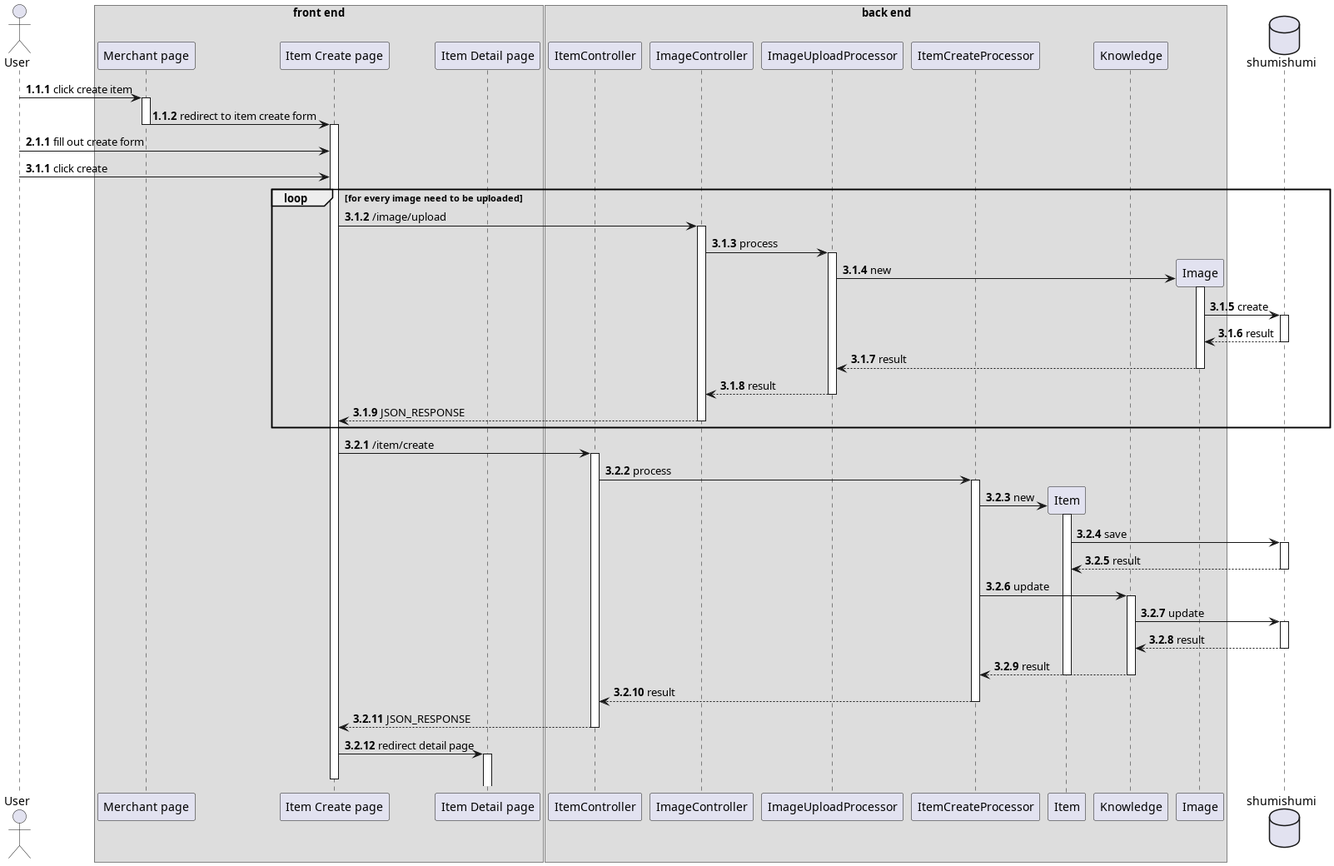
Earlier version of the PlantUML export thesis/latex/diagram/sequence diagram/17. item/create item/create item.png (aldihsuhandi/skripsi-2023).
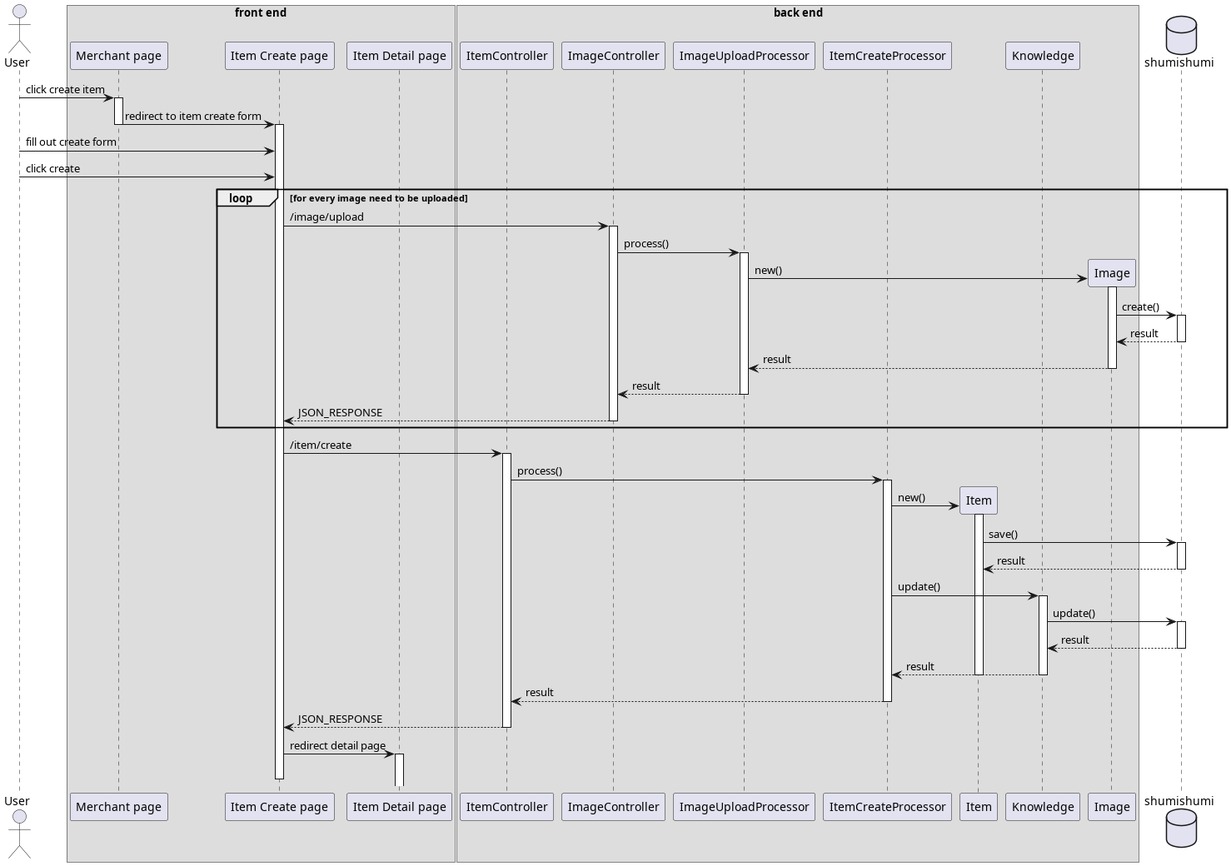
Later version of the same file.

What changed in the source:
```diff
@@ -1,5 +1,4 @@
 @startuml create item
-autonumber 1.1.1
 
 actor User as u
 
@@ -27,35 +26,32 @@
 u -> merchant++ : click create item
 merchant -> createpage --++ : redirect to item create form
 
-autonumber inc a
 u -> createpage : fill out create form
-autonumber inc a
 u -> createpage : click create
 
 loop for every image need to be uploaded
 createpage -> imc++ : /image/upload
-imc -> upproc++ : process
+imc -> upproc++ : process()
 
 create img
-upproc -> img++ : new
-img -> db++ : create
+upproc -> img++ : new()
+img -> db++ : create()
 return result
 return result
 return result
 return JSON_RESPONSE
 end
 
-autonumber inc b
 createpage -> ic++ : /item/create
-ic -> createproc++ : process
+ic -> createproc++ : process()
 
 create im
-createproc -> im++ : new
-im -> db++ : save
+createproc -> im++ : new()
+im -> db++ : save()
 return result
 
-createproc -> km++ : update
-km -> db++ : update
+createproc -> km++ : update()
+km -> db++ : update()
 return result
 return result
 
```
